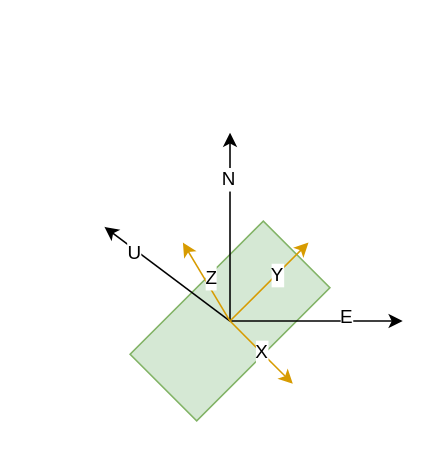
Earlier version of the draw.io diagram page "Page-1" (1 of 4) of vision_gnss_fusion.drawio (sunbingfeng/draw_sketches). Source tidied: cells renumbered, new cells numbered last; positions are measured from the earlier drawing's top-left corner, leaving out a move shared by most shapes. Both pictures are drawn from the tidied source at 157%, with x=0, y=0 at pixel (104, 132).
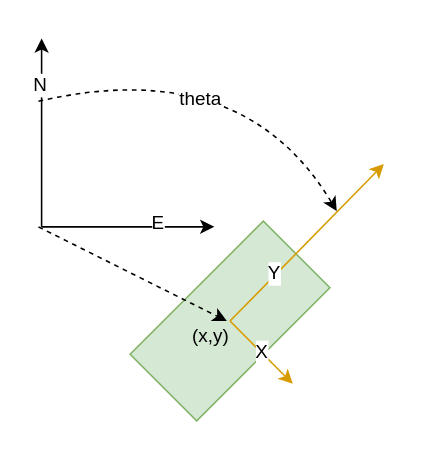
Above is the later version.

Diff of the diagram source:
```diff
@@
     <mxCell id="3" style="endArrow=classic;html=1;" parent="1" edge="1">
       <mxGeometry relative="1" as="geometry">
-        <mxPoint x="80" y="120" as="sourcePoint" />
-        <mxPoint x="80" as="targetPoint" />
+        <mxPoint x="-40" y="60" as="sourcePoint" />
+        <mxPoint x="-40" y="-60" as="targetPoint" />
       </mxGeometry>
     </mxCell>
@@
     <mxCell id="5" style="endArrow=classic;html=1;" parent="1" edge="1">
       <mxGeometry relative="1" as="geometry">
-        <mxPoint x="80" y="120" as="sourcePoint" />
-        <mxPoint x="190" y="120" as="targetPoint" />
+        <mxPoint x="-40" y="60" as="sourcePoint" />
+        <mxPoint x="70" y="60" as="targetPoint" />
       </mxGeometry>
     </mxCell>
@@
     <mxCell id="7" style="endArrow=classic;html=1;fillColor=#ffe6cc;strokeColor=#d79b00;" parent="1" edge="1">
       <mxGeometry relative="1" as="geometry">
         <mxPoint x="80" y="120" as="sourcePoint" />
-        <mxPoint x="130" y="70" as="targetPoint" />
+        <mxPoint x="178" y="20" as="targetPoint" />
       </mxGeometry>
     </mxCell>
     <mxCell id="8" value="Y" style="text;html=1;align=center;verticalAlign=middle;labelBackgroundColor=#ffffff;" parent="7" vertex="1">
       <mxGeometry x="0.52" y="2" relative="1" as="geometry">
-        <mxPoint x="-6.8" y="9.6" as="offset" />
+        <mxPoint x="-44.8" y="47.1" as="offset" />
       </mxGeometry>
     </mxCell>
@@
-    <mxCell id="11" style="endArrow=classic;html=1;" parent="1" edge="1">
-      <mxGeometry relative="1" as="geometry">
-        <mxPoint x="80" y="120" as="sourcePoint" />
-        <mxPoint y="60" as="targetPoint" />
-      </mxGeometry>
-    </mxCell>
-    <mxCell id="12" value="U" style="text;html=1;align=center;verticalAlign=middle;labelBackgroundColor=#ffffff;" parent="11" vertex="1">
-      <mxGeometry x="0.52" y="2" relative="1" as="geometry" />
-    </mxCell>
-    <mxCell id="13" style="endArrow=classic;html=1;fillColor=#ffe6cc;strokeColor=#d79b00;" parent="1" edge="1">
-      <mxGeometry relative="1" as="geometry">
-        <mxPoint x="80" y="120" as="sourcePoint" />
-        <mxPoint x="50" y="70" as="targetPoint" />
-      </mxGeometry>
-    </mxCell>
-    <mxCell id="14" value="Z" style="text;html=1;align=center;verticalAlign=middle;labelBackgroundColor=#ffffff;" parent="13" vertex="1">
-      <mxGeometry x="0.52" y="2" relative="1" as="geometry">
-        <mxPoint x="11.8" y="9.6" as="offset" />
-      </mxGeometry>
-    </mxCell>
+    <mxCell id="15" style="curved=1;endArrow=classic;html=1;dashed=1;strokeColor=#000000;fontColor=#D5E8D4;" parent="1" edge="1">
+      <mxGeometry relative="1" as="geometry">
+        <mxPoint x="-42" y="-20" as="sourcePoint" />
+        <mxPoint x="148" y="50" as="targetPoint" />
+        <Array as="points">
+          <mxPoint x="88" y="-50" />
+        </Array>
+      </mxGeometry>
+    </mxCell>
+    <mxCell id="16" value="&lt;font color=&quot;#000000&quot;&gt;theta&lt;/font&gt;" style="text;html=1;align=center;verticalAlign=middle;labelBackgroundColor=#ffffff;fontColor=#D5E8D4;" parent="15" vertex="1">
+      <mxGeometry x="-0.2" y="-22" relative="1" as="geometry" />
+    </mxCell>
+    <mxCell id="17" style="endArrow=classic;html=1;dashed=1;strokeColor=#000000;fontColor=#D5E8D4;" parent="1" edge="1">
+      <mxGeometry relative="1" as="geometry">
+        <mxPoint x="-42" y="60" as="sourcePoint" />
+        <mxPoint x="78" y="120" as="targetPoint" />
+      </mxGeometry>
+    </mxCell>
+    <mxCell id="18" value="&lt;font color=&quot;#000000&quot;&gt;(x,y)&lt;/font&gt;" style="text;html=1;strokeColor=none;fillColor=none;align=center;verticalAlign=middle;whiteSpace=wrap;rounded=0;dashed=1;fontColor=#D5E8D4;" parent="1" vertex="1">
+      <mxGeometry x="48" y="120" width="40" height="20" as="geometry" />
+    </mxCell>
```
